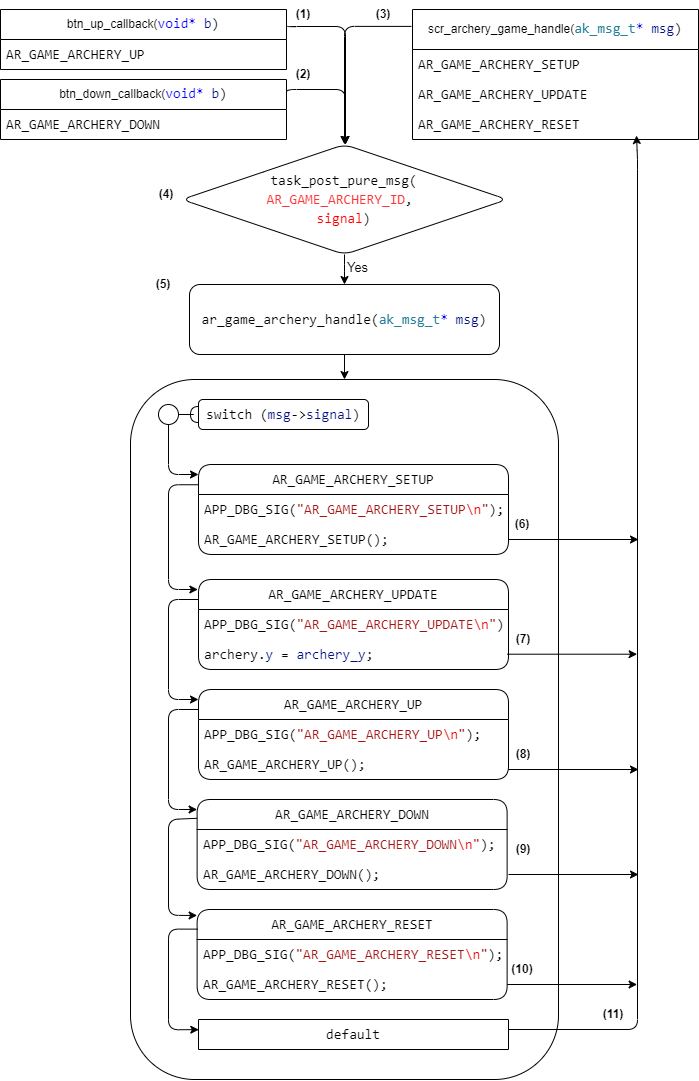
Above: archery_sequence-Page-1.drawio.png in QuocBuu/drawio (draw.io), before the change. Source tidied: cells renumbered, new cells last; positions are measured from the earlier drawing's top-left corner, leaving out a move shared by most shapes.
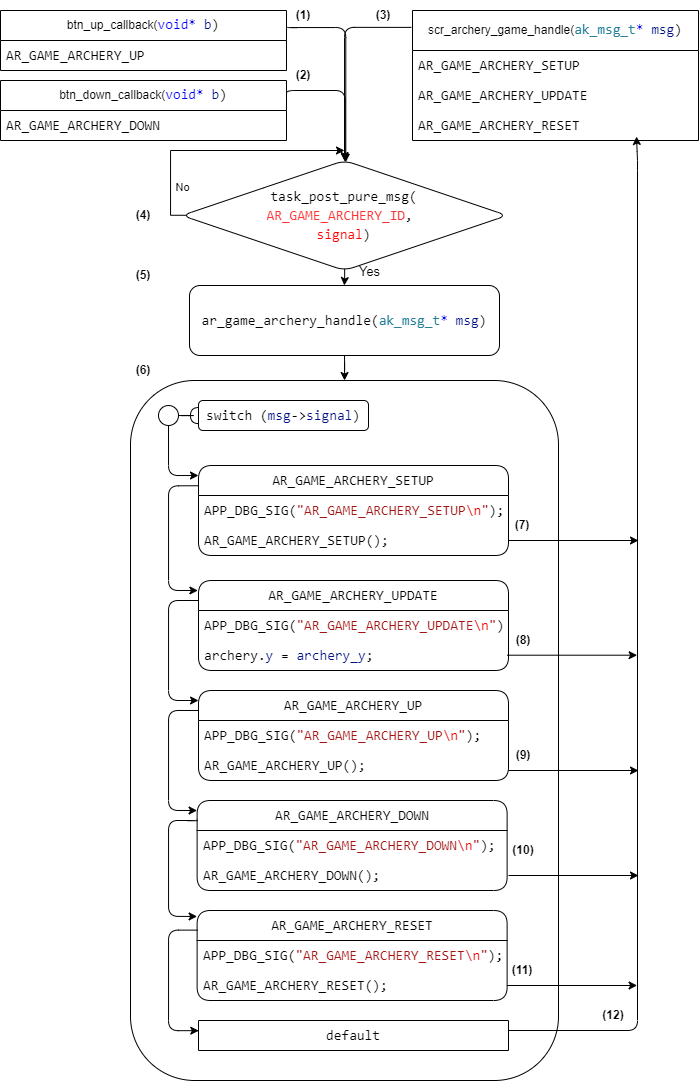
The same file after the commit.

Change to the diagram source:
```diff
@@ -65,12 +65,19 @@
     <mxCell id="20" value="&lt;div style=&quot;background-color: rgb(255, 255, 255); font-family: Consolas, &amp;quot;Courier New&amp;quot;, monospace; font-size: 14px; line-height: 19px;&quot;&gt;&lt;div style=&quot;line-height: 19px;&quot;&gt;&lt;div style=&quot;line-height: 19px;&quot;&gt;AR_GAME_ARCHERY_RESET();&lt;/div&gt;&lt;/div&gt;&lt;/div&gt;" style="text;strokeColor=none;fillColor=none;align=left;verticalAlign=middle;spacingLeft=4;spacingRight=4;overflow=hidden;whiteSpace=wrap;html=1;rounded=1;" parent="18" vertex="1">
       <mxGeometry y="60" width="310" height="30" as="geometry" />
     </mxCell>
-    <mxCell id="21" style="edgeStyle=orthogonalEdgeStyle;rounded=1;jettySize=auto;html=1;" parent="1" edge="1" source="38" target="3">
-      <mxGeometry relative="1" as="geometry" />
+    <mxCell id="21" style="edgeStyle=orthogonalEdgeStyle;rounded=1;orthogonalLoop=1;jettySize=auto;html=1;exitX=0.501;exitY=0.972;exitDx=0;exitDy=0;exitPerimeter=0;" parent="1" edge="1">
+      <mxGeometry relative="1" as="geometry">
+        <mxPoint x="344.1" y="266.9" as="sourcePoint" />
+        <mxPoint x="343.8" y="285" as="targetPoint" />
+        <Array as="points">
+          <mxPoint x="343.8" y="280" />
+          <mxPoint x="343.8" y="280" />
+        </Array>
+      </mxGeometry>
     </mxCell>
     <mxCell id="22" value="&lt;font style=&quot;font-size: 13px;&quot;&gt;Yes&lt;/font&gt;" style="edgeLabel;html=1;align=center;verticalAlign=middle;rounded=1;" parent="21" vertex="1">
       <mxGeometry x="-0.07" y="1" relative="1" as="geometry">
-        <mxPoint x="13" y="-4" as="offset" />
+        <mxPoint x="23" y="-5" as="offset" />
       </mxGeometry>
     </mxCell>
     <mxCell id="23" style="edgeStyle=orthogonalEdgeStyle;rounded=1;jettySize=auto;html=1;endArrow=halfCircle;endFill=0;" parent="1" edge="1" source="25" target="26">
@@ -169,8 +176,22 @@
         <mxPoint x="638" y="540" as="targetPoint" />
       </mxGeometry>
     </mxCell>
+    <mxCell id="61" style="edgeStyle=orthogonalEdgeStyle;rounded=0;jettySize=auto;html=1;exitX=0.016;exitY=0.498;exitDx=0;exitDy=0;exitPerimeter=0;" parent="1" edge="1" source="38">
+      <mxGeometry relative="1" as="geometry">
+        <mxPoint x="344" y="150" as="targetPoint" />
+        <Array as="points">
+          <mxPoint x="170" y="215" />
+          <mxPoint x="170" y="150" />
+        </Array>
+      </mxGeometry>
+    </mxCell>
+    <mxCell id="62" value="No" style="edgeLabel;html=1;align=center;verticalAlign=middle;" parent="61" vertex="1">
+      <mxGeometry x="-0.65" relative="1" as="geometry">
+        <mxPoint x="11" as="offset" />
+      </mxGeometry>
+    </mxCell>
     <mxCell id="38" value="&lt;div style=&quot;background-color: rgb(255, 255, 255); font-family: Consolas, &amp;quot;Courier New&amp;quot;, monospace; font-size: 14px; line-height: 19px;&quot;&gt;task_post_pure_msg(&lt;/div&gt;&lt;div style=&quot;background-color: rgb(255, 255, 255); font-family: Consolas, &amp;quot;Courier New&amp;quot;, monospace; font-size: 14px; line-height: 19px;&quot;&gt;&lt;font color=&quot;#ff3333&quot;&gt;AR_GAME_ARCHERY_ID&lt;/font&gt;,&amp;nbsp;&lt;/div&gt;&lt;div style=&quot;background-color: rgb(255, 255, 255); font-family: Consolas, &amp;quot;Courier New&amp;quot;, monospace; font-size: 14px; line-height: 19px;&quot;&gt;&lt;font color=&quot;#ff0000&quot;&gt;signal&lt;/font&gt;)&lt;/div&gt;" style="rhombus;whiteSpace=wrap;html=1;rounded=1;" parent="1" vertex="1">
-      <mxGeometry x="181.4" y="145" width="325.2" height="110" as="geometry" />
+      <mxGeometry x="181.4" y="160" width="325.2" height="110" as="geometry" />
     </mxCell>
     <mxCell id="39" value="&lt;b&gt;(1)&lt;/b&gt;" style="text;html=1;strokeColor=none;fillColor=none;align=center;verticalAlign=middle;whiteSpace=wrap;rounded=0;" parent="1" vertex="1">
       <mxGeometry x="288" width="30" height="30" as="geometry" />
@@ -182,24 +203,24 @@
       <mxGeometry x="368" width="30" height="30" as="geometry" />
     </mxCell>
     <mxCell id="42" value="&lt;b&gt;(4)&lt;/b&gt;" style="text;html=1;strokeColor=none;fillColor=none;align=center;verticalAlign=middle;whiteSpace=wrap;rounded=0;" parent="1" vertex="1">
-      <mxGeometry x="151.4" y="180" width="30" height="30" as="geometry" />
+      <mxGeometry x="128" y="200" width="30" height="30" as="geometry" />
     </mxCell>
-    <mxCell id="43" value="&lt;b&gt;(6)&lt;/b&gt;" style="text;html=1;strokeColor=none;fillColor=none;align=center;verticalAlign=middle;whiteSpace=wrap;rounded=0;" parent="1" vertex="1">
+    <mxCell id="43" value="&lt;b&gt;(7)&lt;/b&gt;" style="text;html=1;strokeColor=none;fillColor=none;align=center;verticalAlign=middle;whiteSpace=wrap;rounded=0;" parent="1" vertex="1">
       <mxGeometry x="506.6" y="510" width="30" height="30" as="geometry" />
     </mxCell>
-    <mxCell id="44" value="&lt;b&gt;(7)&lt;/b&gt;" style="text;html=1;strokeColor=none;fillColor=none;align=center;verticalAlign=middle;whiteSpace=wrap;rounded=0;" parent="1" vertex="1">
+    <mxCell id="44" value="&lt;b&gt;(8)&lt;/b&gt;" style="text;html=1;strokeColor=none;fillColor=none;align=center;verticalAlign=middle;whiteSpace=wrap;rounded=0;" parent="1" vertex="1">
       <mxGeometry x="508" y="620" width="30" height="40" as="geometry" />
     </mxCell>
-    <mxCell id="45" value="&lt;b&gt;(8)&lt;/b&gt;" style="text;html=1;strokeColor=none;fillColor=none;align=center;verticalAlign=middle;whiteSpace=wrap;rounded=0;" parent="1" vertex="1">
+    <mxCell id="45" value="&lt;b&gt;(9)&lt;/b&gt;" style="text;html=1;strokeColor=none;fillColor=none;align=center;verticalAlign=middle;whiteSpace=wrap;rounded=0;" parent="1" vertex="1">
       <mxGeometry x="508" y="740" width="30" height="30" as="geometry" />
     </mxCell>
-    <mxCell id="46" value="&lt;b&gt;(9)&lt;/b&gt;" style="text;html=1;strokeColor=none;fillColor=none;align=center;verticalAlign=middle;whiteSpace=wrap;rounded=0;" parent="1" vertex="1">
+    <mxCell id="46" value="&lt;b&gt;(10)&lt;/b&gt;" style="text;html=1;strokeColor=none;fillColor=none;align=center;verticalAlign=middle;whiteSpace=wrap;rounded=0;" parent="1" vertex="1">
       <mxGeometry x="508" y="835" width="30" height="30" as="geometry" />
     </mxCell>
-    <mxCell id="47" value="&lt;b&gt;(10)&lt;/b&gt;" style="text;html=1;strokeColor=none;fillColor=none;align=center;verticalAlign=middle;whiteSpace=wrap;rounded=0;" parent="1" vertex="1">
+    <mxCell id="47" value="&lt;b&gt;(11)&lt;/b&gt;" style="text;html=1;strokeColor=none;fillColor=none;align=center;verticalAlign=middle;whiteSpace=wrap;rounded=0;" parent="1" vertex="1">
       <mxGeometry x="506.6" y="955" width="30" height="30" as="geometry" />
     </mxCell>
-    <mxCell id="48" value="&lt;b&gt;(11)&lt;/b&gt;" style="text;html=1;strokeColor=none;fillColor=none;align=center;verticalAlign=middle;whiteSpace=wrap;rounded=0;" parent="1" vertex="1">
+    <mxCell id="48" value="&lt;b&gt;(12)&lt;/b&gt;" style="text;html=1;strokeColor=none;fillColor=none;align=center;verticalAlign=middle;whiteSpace=wrap;rounded=0;" parent="1" vertex="1">
       <mxGeometry x="598" y="1000" width="30" height="30" as="geometry" />
     </mxCell>
     <mxCell id="49" value="scr_archery_game_handle(&lt;span style=&quot;border-color: var(--border-color); font-family: Consolas, &amp;quot;Courier New&amp;quot;, monospace; font-size: 14px; color: rgb(38, 127, 153);&quot;&gt;ak_msg_t&lt;/span&gt;&lt;span style=&quot;border-color: var(--border-color); font-family: Consolas, &amp;quot;Courier New&amp;quot;, monospace; font-size: 14px; color: rgb(0, 0, 255);&quot;&gt;*&lt;/span&gt;&lt;span style=&quot;font-family: Consolas, &amp;quot;Courier New&amp;quot;, monospace; font-size: 14px; background-color: rgb(255, 255, 255);&quot;&gt;&amp;nbsp;&lt;/span&gt;&lt;span style=&quot;border-color: var(--border-color); font-family: Consolas, &amp;quot;Courier New&amp;quot;, monospace; font-size: 14px; color: rgb(0, 16, 128);&quot;&gt;msg&lt;/span&gt;&lt;span style=&quot;font-family: Consolas, &amp;quot;Courier New&amp;quot;, monospace; font-size: 14px; background-color: rgb(255, 255, 255);&quot;&gt;)&lt;/span&gt;" style="swimlane;fontStyle=0;horizontal=1;startSize=40;whiteSpace=wrap;html=1;" parent="1" vertex="1">
@@ -226,18 +247,16 @@
     <mxCell id="56" value="&lt;div style=&quot;background-color: rgb(255, 255, 255); font-family: Consolas, &amp;quot;Courier New&amp;quot;, monospace; font-size: 14px; line-height: 19px;&quot;&gt;AR_GAME_ARCHERY_DOWN&lt;/div&gt;" style="text;strokeColor=none;fillColor=none;align=left;verticalAlign=middle;spacingLeft=4;spacingRight=4;overflow=hidden;whiteSpace=wrap;html=1;" parent="55" vertex="1">
       <mxGeometry y="30" width="286" height="30" as="geometry" />
     </mxCell>
-    <mxCell id="57" style="edgeStyle=orthogonalEdgeStyle;rounded=1;jettySize=auto;html=1;entryX=0.5;entryY=0;entryDx=0;entryDy=0;exitX=1;exitY=0.25;exitDx=0;exitDy=0;" parent="1" edge="1" source="53">
+    <mxCell id="57" style="edgeStyle=orthogonalEdgeStyle;rounded=1;jettySize=auto;html=1;entryX=0.504;entryY=0.015;entryDx=0;entryDy=0;exitX=1;exitY=0.25;exitDx=0;exitDy=0;entryPerimeter=0;" parent="1" edge="1" source="53" target="38">
       <mxGeometry relative="1" as="geometry">
-        <mxPoint x="345" y="145" as="targetPoint" />
         <Array as="points">
           <mxPoint x="286" y="27" />
           <mxPoint x="345" y="27" />
         </Array>
       </mxGeometry>
     </mxCell>
-    <mxCell id="58" style="edgeStyle=orthogonalEdgeStyle;rounded=1;jettySize=auto;html=1;entryX=0.5;entryY=0;entryDx=0;entryDy=0;exitX=1;exitY=0.25;exitDx=0;exitDy=0;" parent="1" edge="1" source="55">
+    <mxCell id="58" style="edgeStyle=orthogonalEdgeStyle;rounded=1;jettySize=auto;html=1;entryX=0.502;entryY=0.014;entryDx=0;entryDy=0;exitX=1;exitY=0.25;exitDx=0;exitDy=0;entryPerimeter=0;" parent="1" edge="1" source="55" target="38">
       <mxGeometry relative="1" as="geometry">
-        <mxPoint x="345" y="145" as="targetPoint" />
         <Array as="points">
           <mxPoint x="286" y="90" />
           <mxPoint x="345" y="90" />
@@ -245,7 +264,7 @@
       </mxGeometry>
     </mxCell>
     <mxCell id="59" value="&lt;b&gt;(5)&lt;/b&gt;" style="text;html=1;strokeColor=none;fillColor=none;align=center;verticalAlign=middle;whiteSpace=wrap;rounded=0;" parent="1" vertex="1">
-      <mxGeometry x="148" y="270" width="30" height="30" as="geometry" />
+      <mxGeometry x="128" y="260" width="30" height="30" as="geometry" />
     </mxCell>
     <mxCell id="60" style="edgeStyle=orthogonalEdgeStyle;rounded=1;orthogonalLoop=1;jettySize=auto;html=1;" parent="1" edge="1">
       <mxGeometry relative="1" as="geometry">
@@ -253,5 +272,8 @@
         <mxPoint x="636.6" y="985" as="targetPoint" />
       </mxGeometry>
     </mxCell>
+    <mxCell id="63" value="&lt;b&gt;(6)&lt;/b&gt;" style="text;html=1;strokeColor=none;fillColor=none;align=center;verticalAlign=middle;whiteSpace=wrap;rounded=0;" parent="1" vertex="1">
+      <mxGeometry x="128" y="355" width="30" height="30" as="geometry" />
+    </mxCell>
   </root>
 </mxGraphModel>
```
